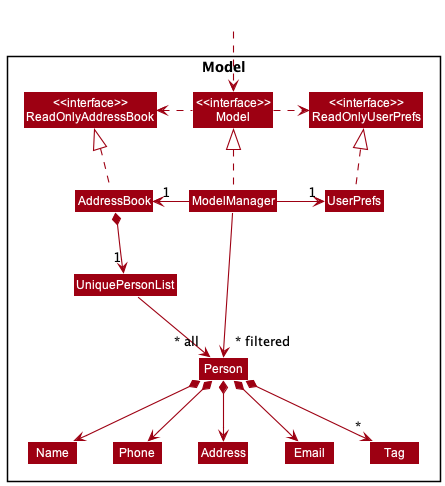
nus-cs2103-AY2223S1/tp keeps this PlantUML diagram as docs/images/ModelClassDiagram.png. Above is the earlier version.
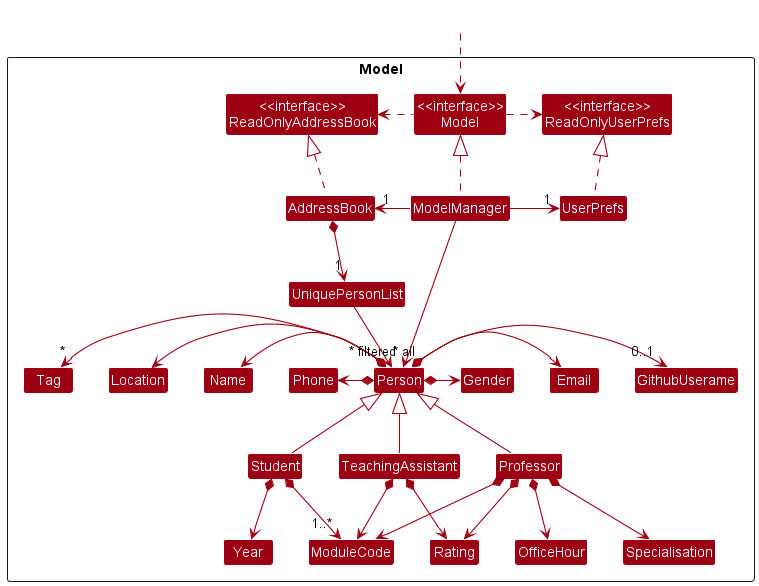
After the commit.

What changed in the source:
```diff
@@ -14,12 +14,21 @@
 
 Class UniquePersonList
 Class Person
-Class Address
+Class GithubUserame
 Class Email
 Class Name
 Class Phone
 Class Tag
-
+Class Location
+Class ModuleCode
+Class Professor
+Class Student
+Class TeachingAssistant
+Class Specialisation
+Class Year
+Class Rating
+Class OfficeHour
+Class Gender
 }
 
 Class HiddenOutside #FFFFFF
@@ -36,15 +45,28 @@
 
 AddressBook *--> "1" UniquePersonList
 UniquePersonList --> "~* all" Person
-Person *--> Name
-Person *--> Phone
-Person *--> Email
-Person *--> Address
-Person *--> "*" Tag
+Person *-left-> Name
+Person *-left-> Phone
+Person *-right-> Email
+Person *-right-> Gender
+Person *-left-> "0..1" GithubUserame
+Person *-left->  Location
+Person *-left-> "*" Tag
+Person <|-- Student
+Person <|-- Professor
+Person <|-- TeachingAssistant
+Student *--> Year
+Professor *--> Rating
+Professor *--> OfficeHour
+Professor *--> Specialisation
+TeachingAssistant *--> Rating
+Professor *--> ModuleCode
+Student *--> "1..*" ModuleCode
+TeachingAssistant *--> ModuleCode
 
 Name -[hidden]right-> Phone
-Phone -[hidden]right-> Address
-Address -[hidden]right-> Email
+Student -[hidden]left-> TeachingAssistant
+Email -[hidden]right-> GithubUserame
 
 ModelManager -->"~* filtered" Person
 @enduml
```
